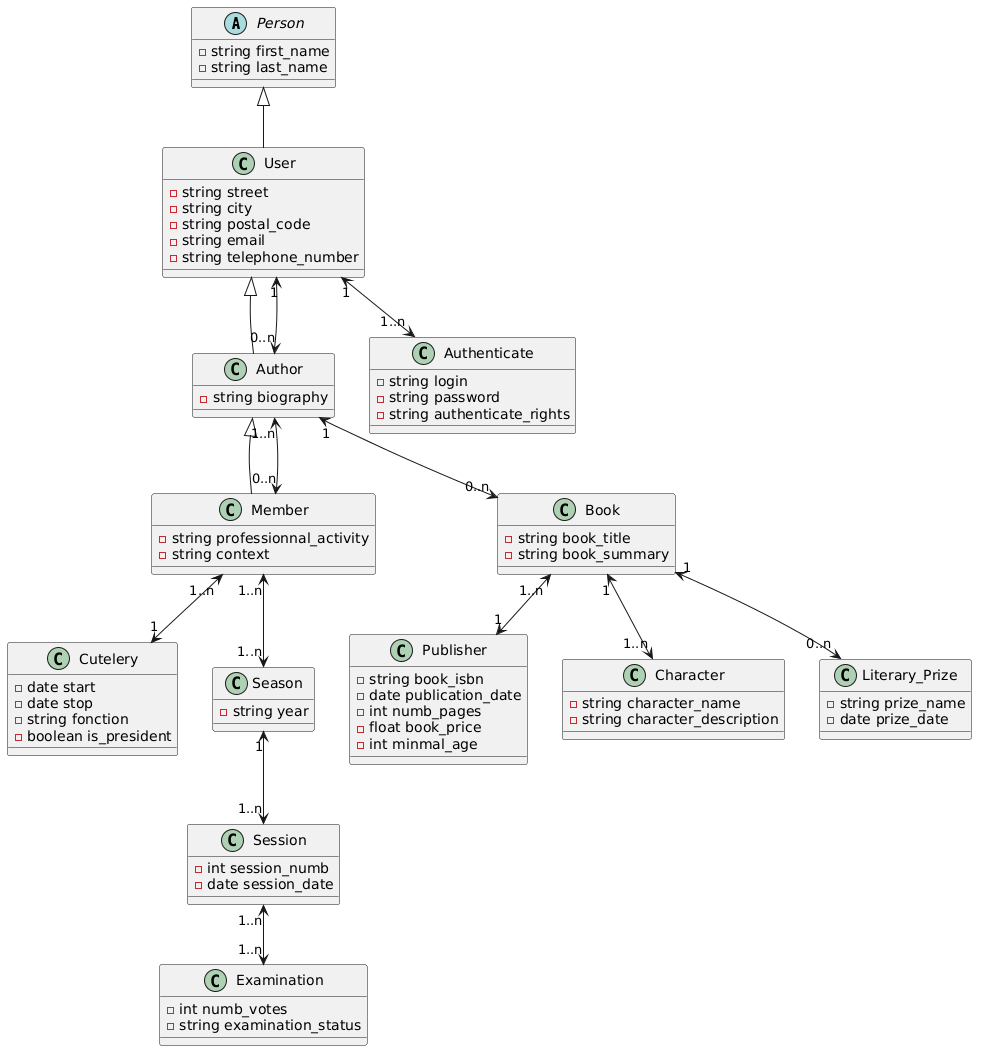
The PlantUML diagram UML/2-class/Goncourt_evalutation_class.png in albanmartel/Goncourt_evaluation, before a commit. Its diagram source:
```plantuml
@startuml
abstract class Person
{

    -string first_name
    -string last_name
}

class Author
{
    -string biography
}

class Cutelery
{
    -date start
    -date stop
    -string fonction
    -boolean is_president

}

class Member
{
    -string professionnal_activity
    -string context
}

class Season
{
    -string year
}

class Session
{
    -int session_numb
    -date session_date
}

class Examination
{
   - int numb_votes
   - string examination_status
}

class Book
{
   -string book_title
   -string book_summary
}

Class Publisher
{
    -string book_isbn
    -date publication_date
    -int numb_pages
    -float book_price
    -int minmal_age
}

Class Character
{
     -string character_name
     -string character_description
}

Class Literary_Prize
{
     -string prize_name
     -date prize_date
}

Class Authenticate
{
     -string login
     -string password
     -string authenticate_rights
}

Class User
{
    -string street
    -string city
    -string postal_code
    -string email
    -string telephone_number
}

Person <|-- User

User <|-- Author

Author <|-- Member

User "1" <--> "0..n" Author

Author "1..n" <--> "0..n" Member

Author "1" <--> "0..n" Book

Book "1" <--> "1..n" Character

Book "1" <--> "0..n" Literary_Prize

Book "1..n" <--> "1" Publisher

Member "1..n" <--> "1" Cutelery

Member "1..n" <--> "1..n" Season

Season "1" <--> "1..n" Session

Session "1..n" <--> "1..n" Examination

User "1" <--> "1..n" Authenticate
@enduml
```
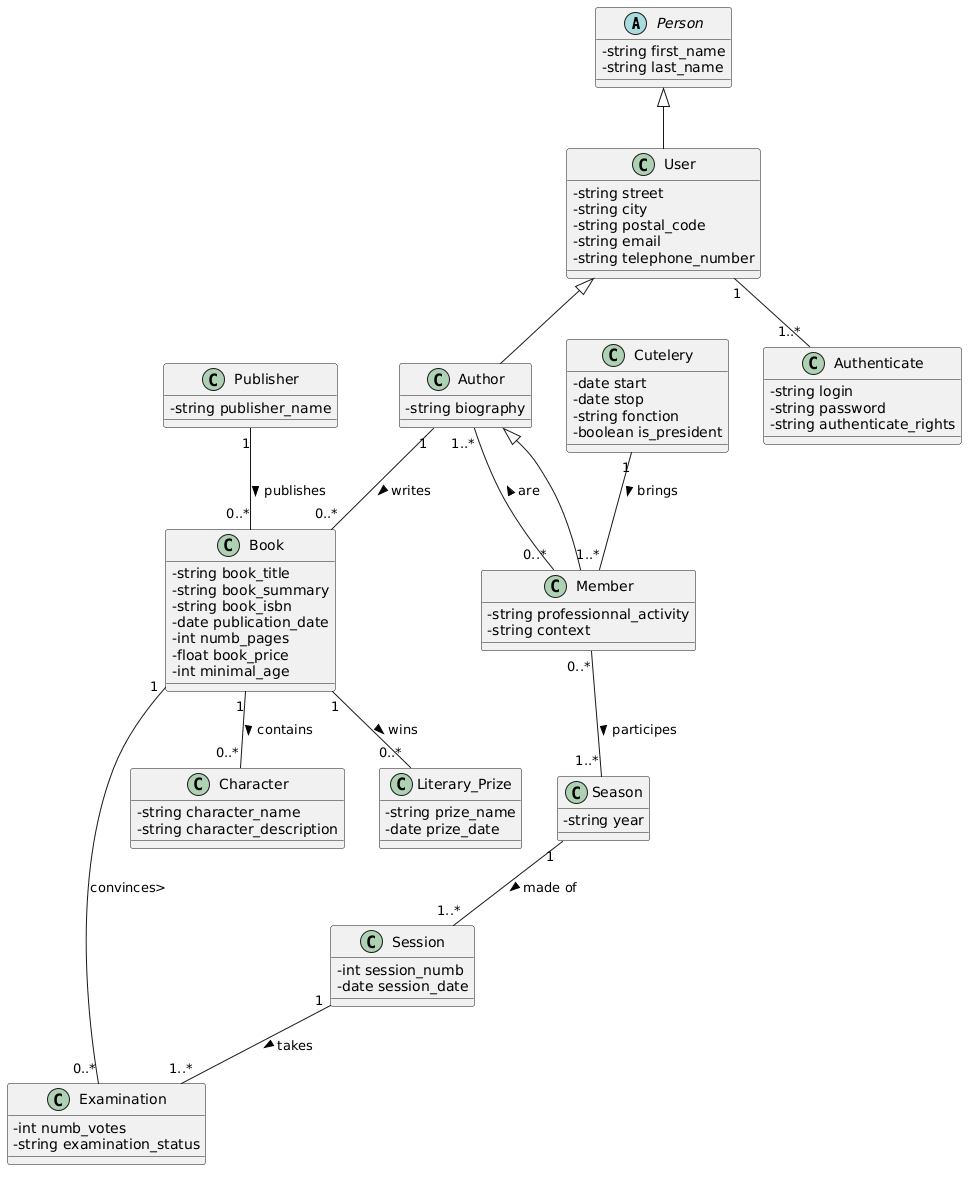
The same diagram one commit later.

Commit message:
UPDATE: 'Goncourt_evalutation_class.png' correction des cardinalités et des liens et du fichiers plantUML qui était celui de la école persistante

Diff of the diagram source:
```diff
@@ -1,116 +1,88 @@
 @startuml
-abstract class Person
-{
+skinparam classAttributeIconSize 0
 
-    -string first_name
-    -string last_name
+abstract class Person {
+  - string first_name
+  - string last_name
 }
 
-class Author
-{
-    -string biography
+class User extends Person {
+  - string street
+  - string city
+  - string postal_code
+  - string email
+  - string telephone_number
 }
 
-class Cutelery
-{
-    -date start
-    -date stop
-    -string fonction
-    -boolean is_president
-
+class Author extends User {
+  - string biography
 }
 
-class Member
-{
-    -string professionnal_activity
-    -string context
+class Member extends Author {
+  - string professionnal_activity
+  - string context
 }
 
-class Season
-{
-    -string year
+class Authenticate {
+  - string login
+  - string password
+  - string authenticate_rights
 }
 
-class Session
-{
-    -int session_numb
-    -date session_date
+class Book {
+  - string book_title
+  - string book_summary
+  - string book_isbn
+  - date publication_date
+  - int numb_pages
+  - float book_price
+  - int minimal_age
 }
 
-class Examination
-{
-   - int numb_votes
-   - string examination_status
+class Publisher {
+  - string publisher_name
 }
 
-class Book
-{
-   -string book_title
-   -string book_summary
+class Character {
+  - string character_name
+  - string character_description
 }
 
-Class Publisher
-{
-    -string book_isbn
-    -date publication_date
-    -int numb_pages
-    -float book_price
-    -int minmal_age
+class Season {
+  - string year
 }
 
-Class Character
-{
-     -string character_name
-     -string character_description
+class Session {
+  - int session_numb
+  - date session_date
 }
 
-Class Literary_Prize
-{
-     -string prize_name
-     -date prize_date
+class Examination {
+  - int numb_votes
+  - string examination_status
 }
 
-Class Authenticate
-{
-     -string login
-     -string password
-     -string authenticate_rights
+class Literary_Prize {
+  - string prize_name
+  - date prize_date
 }
 
-Class User
-{
-    -string street
-    -string city
-    -string postal_code
-    -string email
-    -string telephone_number
+class Cutelery {
+  - date start
+  - date stop
+  - string fonction
+  - boolean is_president
 }
 
-Person <|-- User
-
-User <|-- Author
-
-Author <|-- Member
-
-User "1" <--> "0..n" Author
-
-Author "1..n" <--> "0..n" Member
-
-Author "1" <--> "0..n" Book
-
-Book "1" <--> "1..n" Character
-
-Book "1" <--> "0..n" Literary_Prize
-
-Book "1..n" <--> "1" Publisher
-
-Member "1..n" <--> "1" Cutelery
-
-Member "1..n" <--> "1..n" Season
-
-Season "1" <--> "1..n" Session
-
-Session "1..n" <--> "1..n" Examination
-
-User "1" <--> "1..n" Authenticate
+User "1" -- "1..*" Authenticate
+Author "1" -- "0..*" Book : writes >
+Publisher "1" -- "0..*" Book : publishes >
+Book "1" -- "0..*" Character : contains >
+Book "1" -- "0..*" Literary_Prize : wins >
+Cutelery "1" -- "1..*" Member : brings >
+Season "1" -- "1..*" Session : made of >
+Session "1" -- "1..*" Examination : takes >
+Book "1" -- "0..*" Examination : convinces>
+Member "0..*" -- "1..*" Season : participes >
+Member "0..*" -- "1..*" Author : are >
 @enduml
```
